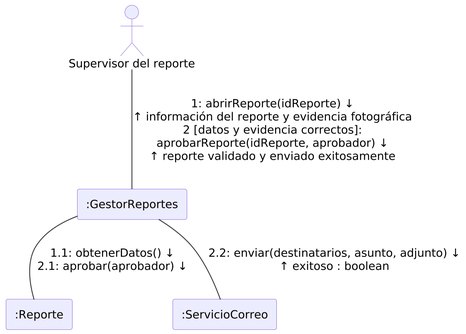
Before: Figuras/diagramas/20-col-validar-reporte.png, a diagram exported from PlantUML (RenatoEspina/Latex-proyecto). Its diagram source:
```plantuml
@startuml
skinparamlocked dpi 200
!include _estilo.iuml
actor "Supervisor del reporte" as SUP
rectangle ":GestorReportes" as GR
rectangle ":Reporte" as R
rectangle ":ServicioCorreo" as SC

SUP -- GR : "1: abrirReporte(idReporte) ↓\n↑ información del reporte y evidencia fotográfica\n2 [datos y evidencia correctos]:\naprobarReporte(idReporte, aprobador) ↓\n↑ reporte validado y enviado exitosamente"
GR -- R : "1.1: obtenerDatos() ↓\n2.1: aprobar(aprobador) ↓"
GR -- SC : "2.2: enviar(destinatarios, asunto, adjunto) ↓\n↑ exitoso : boolean"
@enduml
```
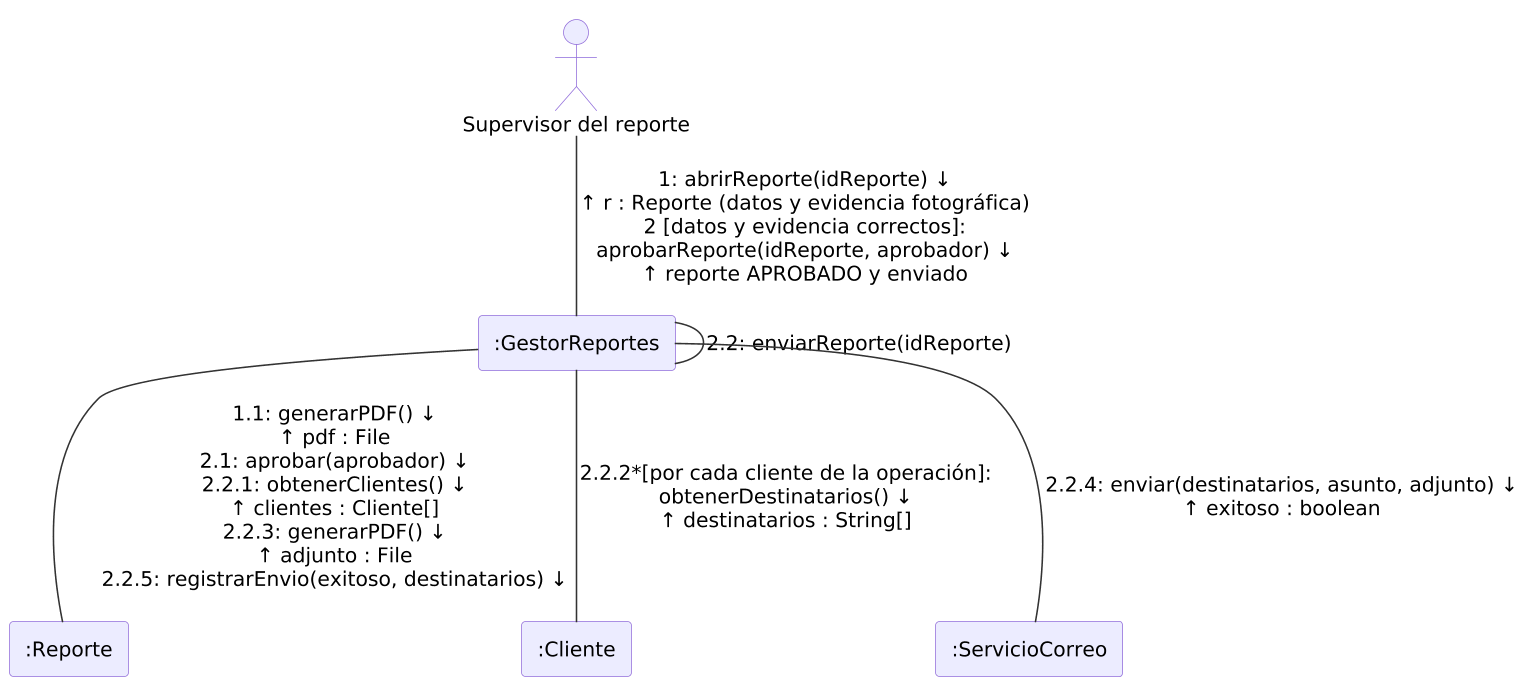
Later version of the same file.

Change to the diagram source:
```diff
@@ -1,12 +1,15 @@
 @startuml
-skinparamlocked dpi 200
+skinparamlocked dpi 150
 !include _estilo.iuml
 actor "Supervisor del reporte" as SUP
 rectangle ":GestorReportes" as GR
 rectangle ":Reporte" as R
+rectangle ":Cliente" as C
 rectangle ":ServicioCorreo" as SC
 
-SUP -- GR : "1: abrirReporte(idReporte) ↓\n↑ información del reporte y evidencia fotográfica\n2 [datos y evidencia correctos]:\naprobarReporte(idReporte, aprobador) ↓\n↑ reporte validado y enviado exitosamente"
-GR -- R : "1.1: obtenerDatos() ↓\n2.1: aprobar(aprobador) ↓"
-GR -- SC : "2.2: enviar(destinatarios, asunto, adjunto) ↓\n↑ exitoso : boolean"
+SUP -- GR : "1: abrirReporte(idReporte) ↓\n↑ r : Reporte (datos y evidencia fotográfica)\n2 [datos y evidencia correctos]:\naprobarReporte(idReporte, aprobador) ↓\n↑ reporte APROBADO y enviado"
+GR -- GR : "2.2: enviarReporte(idReporte)"
+GR -- R : "1.1: generarPDF() ↓\n↑ pdf : File\n2.1: aprobar(aprobador) ↓\n2.2.1: obtenerClientes() ↓\n↑ clientes : Cliente[]\n2.2.3: generarPDF() ↓\n↑ adjunto : File\n2.2.5: registrarEnvio(exitoso, destinatarios) ↓"
+GR -- C : "2.2.2*[por cada cliente de la operación]:\nobtenerDestinatarios() ↓\n↑ destinatarios : String[]"
+GR -- SC : "2.2.4: enviar(destinatarios, asunto, adjunto) ↓\n↑ exitoso : boolean"
 @enduml
```
